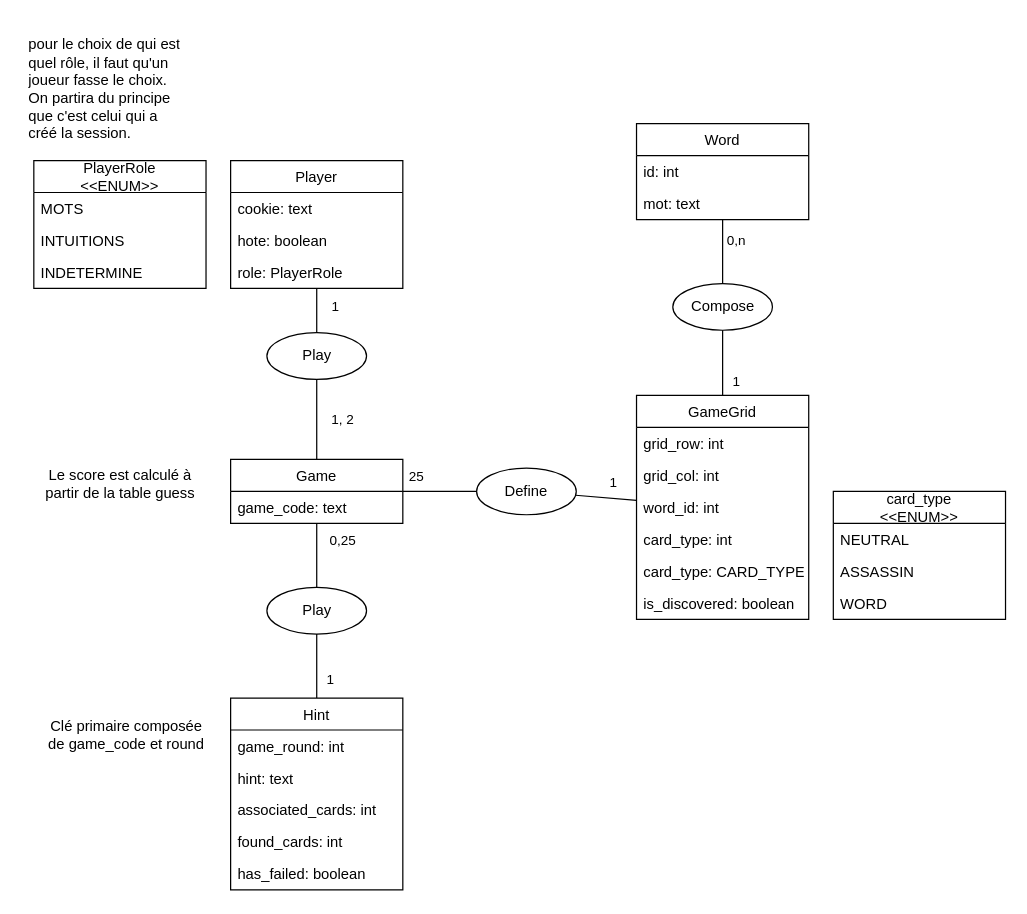
Above: page "entité-relations" (1 of 2) of conception.drawio in ArnoBidet/PolyNames (draw.io), before the change. Source tidied: cells renumbered, new cells numbered last; positions are measured from the earlier drawing's top-left corner, leaving out a move shared by most shapes. Both pictures are drawn from the tidied source at 123%, with x=0, y=0 at pixel (21, 21).
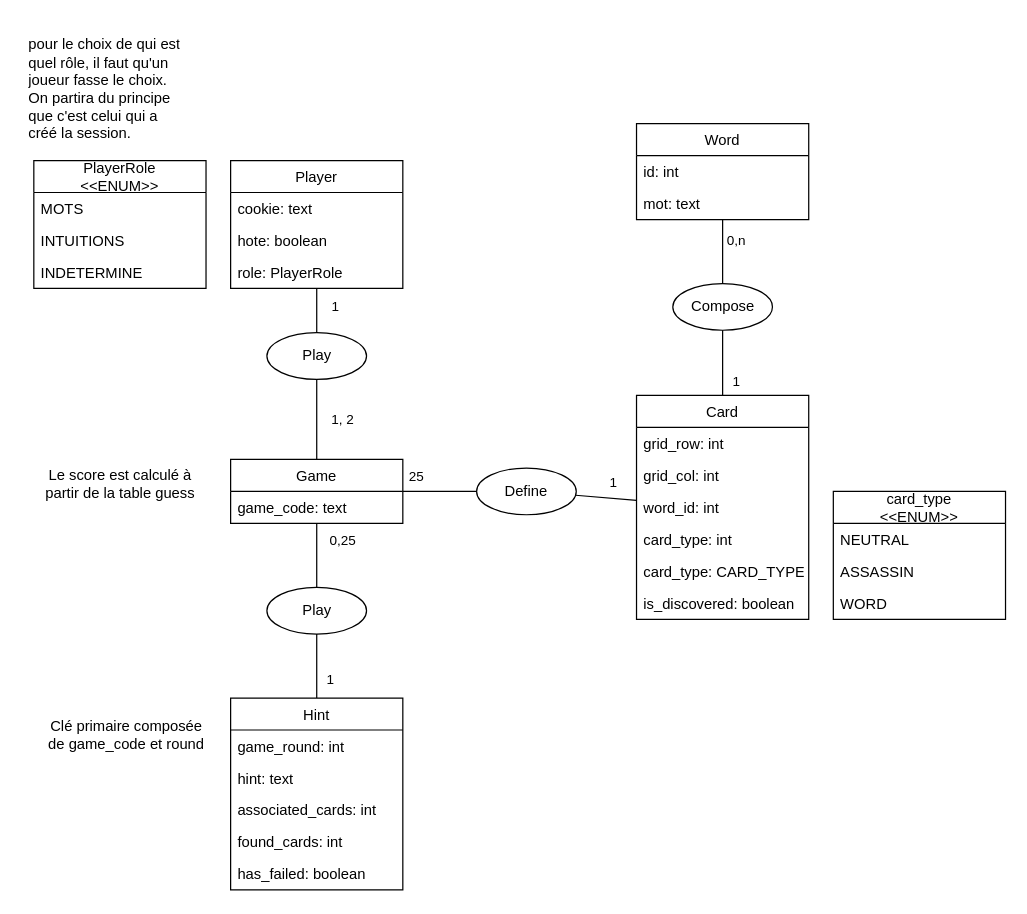
The same diagram, later.

Commit message (it also covers changes not shown here):
refa : gamegrid to card

Diff of the diagram source:
```diff
@@
-    <mxCell id="2" value="GameGrid" style="swimlane;fontStyle=0;horizontal=1;startSize=26;fillColor=none;" parent="1" vertex="1">
+    <mxCell id="2" value="Card" style="swimlane;fontStyle=0;horizontal=1;startSize=26;fillColor=none;" parent="1" vertex="1">
       <mxGeometry x="500" y="304" width="140" height="182" as="geometry" />
     </mxCell>
```
